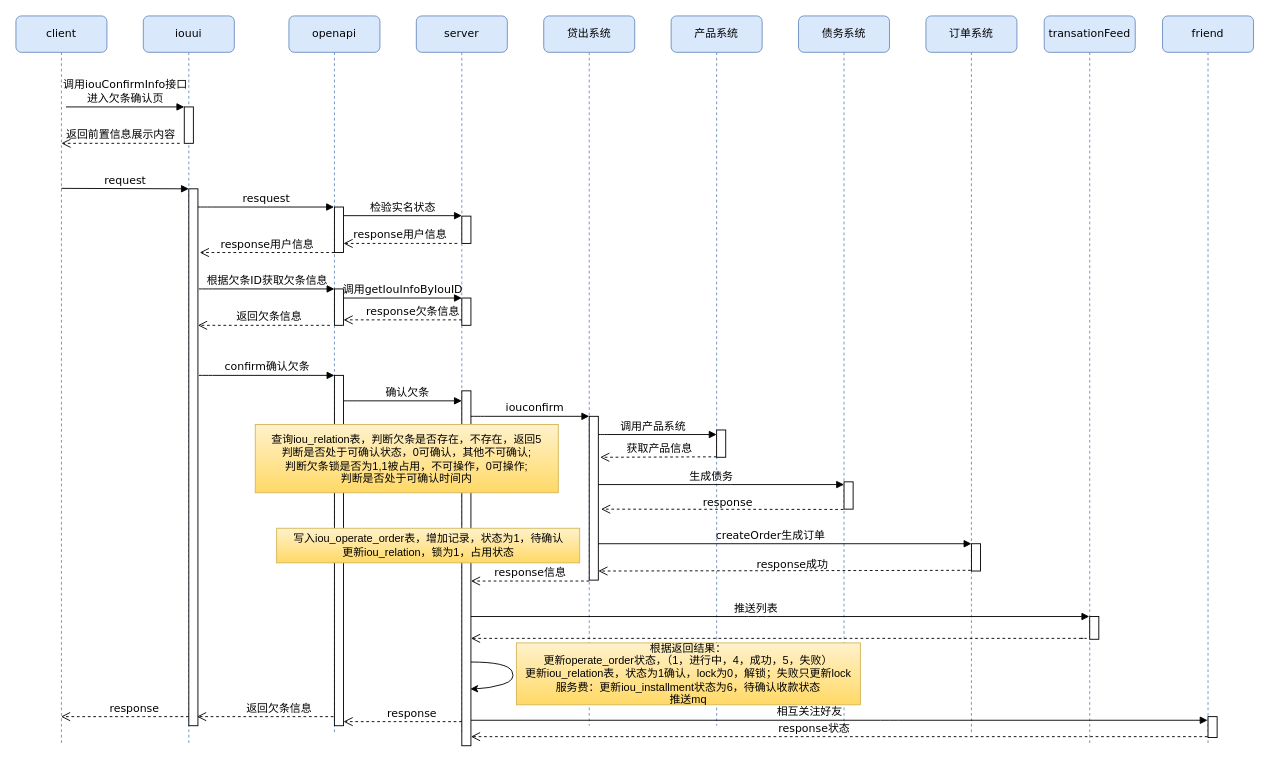
The draw.io diagram page "Page-1" (1 of 2) of 债务人确认欠条.drawio in Racheil/Http, before the edit. Source tidied: cells renumbered, new cells numbered last; positions are measured from the earlier drawing's top-left corner, leaving out a move shared by most shapes. Both pictures are drawn from the tidied source at 91%, with x=0, y=0 at pixel (15, 15).
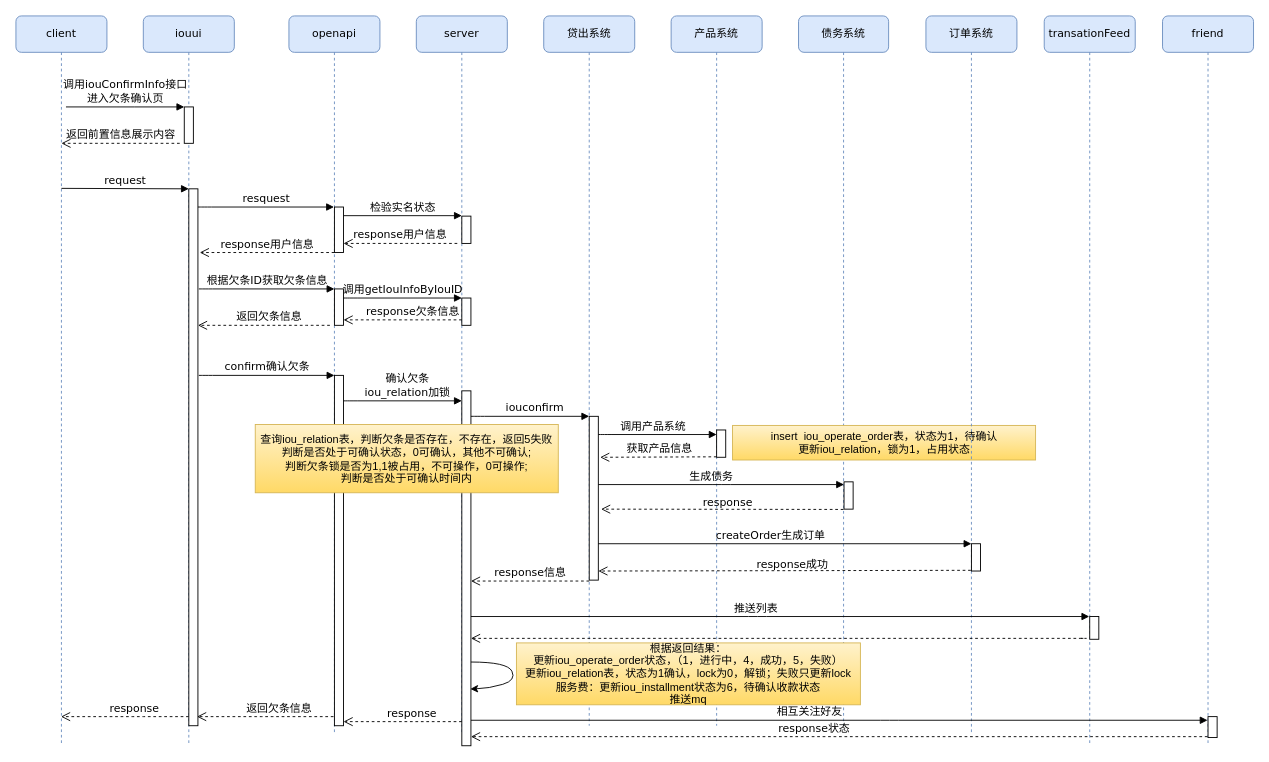
Above is the later version.

Commit message:
更新债务人确认欠条.drawio

Change to the diagram source:
```diff
@@
     <mxCell id="10" value="债务系统" style="shape=umlLifeline;perimeter=lifelinePerimeter;whiteSpace=wrap;html=1;rounded=1;shadow=0;comic=0;labelBackgroundColor=none;strokeWidth=1;fontFamily=Verdana;fontSize=12;align=center;fillColor=#dae8fc;strokeColor=#6c8ebf;" parent="1" vertex="1">
-      <mxGeometry x="860" width="100" height="780" as="geometry" />
+      <mxGeometry x="860" width="99" height="780" as="geometry" />
     </mxCell>
+    <mxCell id="57" value="insert&amp;nbsp; iou_operate_order表，状态为1，待确认&lt;br&gt;更新iou_relation，锁为1，占用状态" style="rounded=0;whiteSpace=wrap;html=1;fillColor=#fff2cc;strokeColor=#d6b656;gradientColor=#ffd966;" parent="10" vertex="1">
+      <mxGeometry x="-72.5" y="450" width="333" height="38" as="geometry" />
+    </mxCell>
@@
-    <mxCell id="36" value="确认欠条&lt;br&gt;" style="html=1;verticalAlign=bottom;endArrow=block;labelBackgroundColor=none;fontFamily=Verdana;fontSize=12;edgeStyle=elbowEdgeStyle;elbow=vertical;" parent="1" edge="1">
+    <mxCell id="36" value="确认欠条&lt;br&gt;iou_relation加锁" style="html=1;verticalAlign=bottom;endArrow=block;labelBackgroundColor=none;fontFamily=Verdana;fontSize=12;edgeStyle=elbowEdgeStyle;elbow=vertical;" parent="1" edge="1">
       <mxGeometry x="0.08" relative="1" as="geometry">
         <mxPoint x="360" y="423" as="sourcePoint" />
         <mxPoint x="490" y="423" as="targetPoint" />
         <Array as="points">
           <mxPoint x="365" y="423" />
         </Array>
       </mxGeometry>
     </mxCell>
@@
-    <mxCell id="54" value="根据返回结果：&lt;br&gt;更新operate_order状态，（1，进行中，4，成功，5，失败）&lt;br&gt;更新iou_relation表，状态为1确认，lock为0，解锁；失败只更新lock&lt;br&gt;服务费：更新iou_installment状态为6，待确认收款状态&lt;br&gt;推送mq" style="rounded=0;whiteSpace=wrap;html=1;fillColor=#fff2cc;strokeColor=#d6b656;gradientColor=#ffd966;" parent="1" vertex="1">
+    <mxCell id="54" value="根据返回结果：&lt;br&gt;更新iou_operate_order状态，（1，进行中，4，成功，5，失败）&lt;br&gt;更新iou_relation表，状态为1确认，lock为0，解锁；失败只更新lock&lt;br&gt;服务费：更新iou_installment状态为6，待确认收款状态&lt;br&gt;推送mq" style="rounded=0;whiteSpace=wrap;html=1;fillColor=#fff2cc;strokeColor=#d6b656;gradientColor=#ffd966;" parent="1" vertex="1">
       <mxGeometry x="550" y="689" width="378" height="68" as="geometry" />
     </mxCell>
-    <mxCell id="55" value="查询iou_relation表，判断欠条是否存在，不存在，返回5&lt;br&gt;判断是否处于可确认状态，0可确认，其他不可确认;&lt;br&gt;判断欠条锁是否为1,1被占用，不可操作，0可操作;&lt;br&gt;判断是否处于可确认时间内" style="rounded=0;whiteSpace=wrap;html=1;fillColor=#fff2cc;strokeColor=#d6b656;gradientColor=#ffd966;" parent="1" vertex="1">
+    <mxCell id="55" value="查询iou_relation表，判断欠条是否存在，不存在，返回5失败&lt;br&gt;判断是否处于可确认状态，0可确认，其他不可确认;&lt;br&gt;判断欠条锁是否为1,1被占用，不可操作，0可操作;&lt;br&gt;判断是否处于可确认时间内" style="rounded=0;whiteSpace=wrap;html=1;fillColor=#fff2cc;strokeColor=#d6b656;gradientColor=#ffd966;" parent="1" vertex="1">
       <mxGeometry x="263" y="449" width="333" height="75" as="geometry" />
     </mxCell>
@@
-    <mxCell id="57" value="写入iou_operate_order表，增加记录，状态为1，待确认&lt;br&gt;更新iou_relation，锁为1，占用状态" style="rounded=0;whiteSpace=wrap;html=1;fillColor=#fff2cc;strokeColor=#d6b656;gradientColor=#ffd966;" parent="1" vertex="1">
-      <mxGeometry x="286.5" y="563" width="333" height="38" as="geometry" />
-    </mxCell>
```
